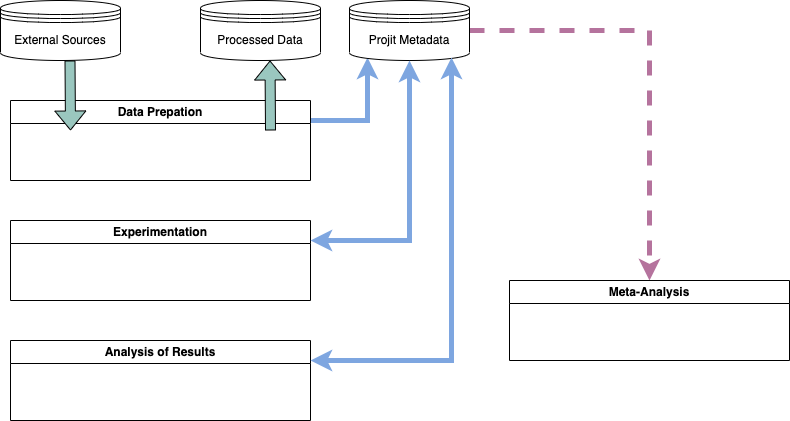
Before: docs/paper/Projit_decoupled_process.drawio.png, a diagram exported from draw.io (john-hawkins/projit). Source tidied: cells renumbered, new cells last; positions are measured from the earlier drawing's top-left corner, leaving out a move shared by most shapes. Source of this version:
```xml
<mxGraphModel>
  <root>
    <mxCell id="0" />
    <mxCell id="1" parent="0" />
    <mxCell id="2" value="External Sources" style="shape=datastore;whiteSpace=wrap;html=1;" parent="1" vertex="1">
      <mxGeometry width="120" height="60" as="geometry" />
    </mxCell>
    <mxCell id="3" style="edgeStyle=orthogonalEdgeStyle;rounded=0;jettySize=auto;html=1;entryX=0.15;entryY=0.95;entryDx=0;entryDy=0;entryPerimeter=0;strokeColor=#7EA6E0;strokeWidth=5;exitX=1;exitY=0.25;exitDx=0;exitDy=0;" parent="1" edge="1" source="4" target="8">
      <mxGeometry relative="1" as="geometry" />
    </mxCell>
    <mxCell id="4" value="Data Prepation" style="swimlane;whiteSpace=wrap;html=1;" parent="1" vertex="1">
      <mxGeometry x="10" y="100" width="300" height="80" as="geometry" />
    </mxCell>
    <mxCell id="5" style="shape=flexArrow;endArrow=classic;html=1;rounded=0;fillColor=#9AC7BF;fillStyle=solid;" parent="4" edge="1">
      <mxGeometry relative="1" as="geometry">
        <mxPoint x="59.5" y="-40" as="sourcePoint" />
        <mxPoint x="60" y="30" as="targetPoint" />
      </mxGeometry>
    </mxCell>
    <mxCell id="6" style="shape=flexArrow;endArrow=classic;html=1;rounded=0;fillColor=#9AC7BF;fillStyle=solid;" parent="4" edge="1">
      <mxGeometry relative="1" as="geometry">
        <mxPoint x="260" y="30" as="sourcePoint" />
        <mxPoint x="259.5" y="-40" as="targetPoint" />
      </mxGeometry>
    </mxCell>
    <mxCell id="7" style="edgeStyle=orthogonalEdgeStyle;rounded=0;jettySize=auto;html=1;exitX=1;exitY=0.5;exitDx=0;exitDy=0;entryX=0.5;entryY=0;entryDx=0;entryDy=0;strokeColor=#B5739D;strokeWidth=5;dashed=1;" parent="1" edge="1" source="8" target="14">
      <mxGeometry relative="1" as="geometry" />
    </mxCell>
    <mxCell id="8" value="Projit Metadata" style="shape=datastore;whiteSpace=wrap;html=1;" parent="1" vertex="1">
      <mxGeometry x="349" width="120" height="60" as="geometry" />
    </mxCell>
    <mxCell id="9" value="Processed Data" style="shape=datastore;whiteSpace=wrap;html=1;" parent="1" vertex="1">
      <mxGeometry x="200" width="120" height="60" as="geometry" />
    </mxCell>
    <mxCell id="10" value="Experimentation" style="swimlane;whiteSpace=wrap;html=1;" parent="1" vertex="1">
      <mxGeometry x="10" y="220" width="300" height="80" as="geometry" />
    </mxCell>
    <mxCell id="11" value="Analysis of Results" style="swimlane;whiteSpace=wrap;html=1;" parent="1" vertex="1">
      <mxGeometry x="10" y="340" width="300" height="80" as="geometry" />
    </mxCell>
    <mxCell id="12" style="edgeStyle=orthogonalEdgeStyle;rounded=0;jettySize=auto;html=1;entryX=0.5;entryY=1;entryDx=0;entryDy=0;strokeColor=#7EA6E0;strokeWidth=5;startArrow=classic;startFill=1;exitX=1;exitY=0.25;exitDx=0;exitDy=0;" parent="1" edge="1" source="10" target="8">
      <mxGeometry relative="1" as="geometry" />
    </mxCell>
    <mxCell id="13" style="edgeStyle=orthogonalEdgeStyle;rounded=0;jettySize=auto;html=1;entryX=0.85;entryY=0.95;entryDx=0;entryDy=0;strokeColor=#7EA6E0;strokeWidth=5;entryPerimeter=0;startArrow=classic;startFill=0;exitX=1;exitY=0.25;exitDx=0;exitDy=0;" parent="1" edge="1" source="11" target="8">
      <mxGeometry relative="1" as="geometry" />
    </mxCell>
    <mxCell id="14" value="Meta-Analysis" style="swimlane;whiteSpace=wrap;html=1;" parent="1" vertex="1">
      <mxGeometry x="509" y="280" width="280" height="80" as="geometry" />
    </mxCell>
  </root>
</mxGraphModel>
```
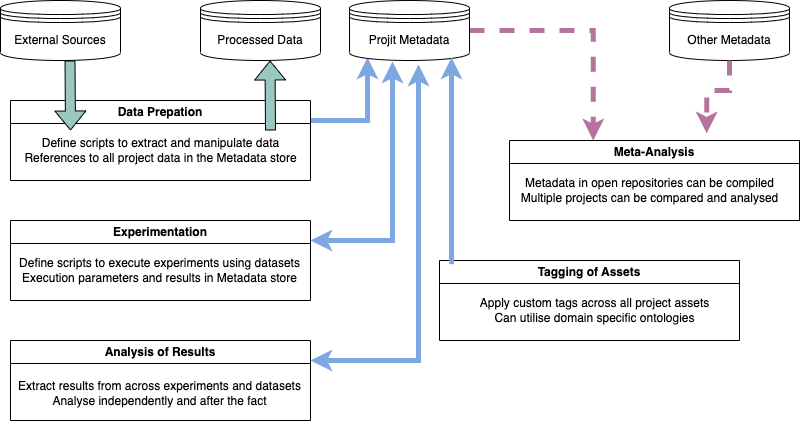
The same diagram one commit later.

What changed in the source:
```diff
@@ -6,7 +6,11 @@
       <mxGeometry width="120" height="60" as="geometry" />
     </mxCell>
     <mxCell id="3" style="edgeStyle=orthogonalEdgeStyle;rounded=0;jettySize=auto;html=1;entryX=0.15;entryY=0.95;entryDx=0;entryDy=0;entryPerimeter=0;strokeColor=#7EA6E0;strokeWidth=5;exitX=1;exitY=0.25;exitDx=0;exitDy=0;" parent="1" edge="1" source="4" target="8">
-      <mxGeometry relative="1" as="geometry" />
+      <mxGeometry relative="1" as="geometry">
+        <Array as="points">
+          <mxPoint x="367" y="120" />
+        </Array>
+      </mxGeometry>
     </mxCell>
     <mxCell id="4" value="Data Prepation" style="swimlane;whiteSpace=wrap;html=1;" parent="1" vertex="1">
       <mxGeometry x="10" y="100" width="300" height="80" as="geometry" />
@@ -23,7 +27,10 @@
         <mxPoint x="259.5" y="-40" as="targetPoint" />
       </mxGeometry>
     </mxCell>
+    <mxCell id="15" value="Define scripts to extract and manipulate data&lt;br&gt;References to all project data in the Metadata store" style="text;html=1;align=center;verticalAlign=middle;strokeColor=none;fillColor=none;" parent="4" vertex="1">
+      <mxGeometry y="30" width="300" height="40" as="geometry" />
+    </mxCell>
-    <mxCell id="7" style="edgeStyle=orthogonalEdgeStyle;rounded=0;jettySize=auto;html=1;exitX=1;exitY=0.5;exitDx=0;exitDy=0;entryX=0.5;entryY=0;entryDx=0;entryDy=0;strokeColor=#B5739D;strokeWidth=5;dashed=1;" parent="1" edge="1" source="8" target="14">
+    <mxCell id="7" style="edgeStyle=orthogonalEdgeStyle;rounded=0;jettySize=auto;html=1;exitX=1;exitY=0.5;exitDx=0;exitDy=0;entryX=0.289;entryY=0;entryDx=0;entryDy=0;strokeColor=#B5739D;strokeWidth=5;dashed=1;entryPerimeter=0;" parent="1" edge="1" source="8" target="14">
       <mxGeometry relative="1" as="geometry" />
     </mxCell>
     <mxCell id="8" value="Projit Metadata" style="shape=datastore;whiteSpace=wrap;html=1;" parent="1" vertex="1">
@@ -35,17 +42,50 @@
     <mxCell id="10" value="Experimentation" style="swimlane;whiteSpace=wrap;html=1;" parent="1" vertex="1">
       <mxGeometry x="10" y="220" width="300" height="80" as="geometry" />
     </mxCell>
+    <mxCell id="16" value="Define scripts to execute experiments using datasets&lt;br&gt;Execution parameters and results in Metadata store" style="text;html=1;align=center;verticalAlign=middle;strokeColor=none;fillColor=none;" parent="10" vertex="1">
+      <mxGeometry x="-1" y="30" width="300" height="40" as="geometry" />
+    </mxCell>
     <mxCell id="11" value="Analysis of Results" style="swimlane;whiteSpace=wrap;html=1;" parent="1" vertex="1">
       <mxGeometry x="10" y="340" width="300" height="80" as="geometry" />
     </mxCell>
-    <mxCell id="12" style="edgeStyle=orthogonalEdgeStyle;rounded=0;jettySize=auto;html=1;entryX=0.5;entryY=1;entryDx=0;entryDy=0;strokeColor=#7EA6E0;strokeWidth=5;startArrow=classic;startFill=1;exitX=1;exitY=0.25;exitDx=0;exitDy=0;" parent="1" edge="1" source="10" target="8">
+    <mxCell id="12" style="edgeStyle=orthogonalEdgeStyle;rounded=0;jettySize=auto;html=1;entryX=0.358;entryY=1.017;entryDx=0;entryDy=0;strokeColor=#7EA6E0;strokeWidth=5;startArrow=classic;startFill=1;exitX=1;exitY=0.25;exitDx=0;exitDy=0;entryPerimeter=0;" parent="1" edge="1" source="10" target="8">
       <mxGeometry relative="1" as="geometry" />
     </mxCell>
-    <mxCell id="13" style="edgeStyle=orthogonalEdgeStyle;rounded=0;jettySize=auto;html=1;entryX=0.85;entryY=0.95;entryDx=0;entryDy=0;strokeColor=#7EA6E0;strokeWidth=5;entryPerimeter=0;startArrow=classic;startFill=0;exitX=1;exitY=0.25;exitDx=0;exitDy=0;" parent="1" edge="1" source="11" target="8">
+    <mxCell id="13" style="edgeStyle=orthogonalEdgeStyle;rounded=0;jettySize=auto;html=1;entryX=0.575;entryY=1.067;entryDx=0;entryDy=0;strokeColor=#7EA6E0;strokeWidth=5;entryPerimeter=0;startArrow=classic;startFill=0;exitX=1;exitY=0.25;exitDx=0;exitDy=0;" parent="1" edge="1" source="11" target="8">
       <mxGeometry relative="1" as="geometry" />
     </mxCell>
     <mxCell id="14" value="Meta-Analysis" style="swimlane;whiteSpace=wrap;html=1;" parent="1" vertex="1">
-      <mxGeometry x="509" y="280" width="280" height="80" as="geometry" />
+      <mxGeometry x="509" y="140" width="290" height="80" as="geometry" />
     </mxCell>
+    <mxCell id="17" value="Metadata in open repositories can be compiled&lt;br&gt;Multiple projects can be compared and analysed" style="text;html=1;align=center;verticalAlign=middle;strokeColor=none;fillColor=none;" parent="14" vertex="1">
+      <mxGeometry y="30" width="280" height="40" as="geometry" />
+    </mxCell>
+    <mxCell id="18" value="Extract results from across experiments and datasets&lt;br&gt;Analyse independently and after the fact" style="text;html=1;align=center;verticalAlign=middle;strokeColor=none;fillColor=none;" parent="1" vertex="1">
+      <mxGeometry x="4" y="373" width="310" height="40" as="geometry" />
+    </mxCell>
+    <mxCell id="19" value="Tagging of Assets" style="swimlane;whiteSpace=wrap;html=1;" parent="1" vertex="1">
+      <mxGeometry x="439" y="260" width="300" height="80" as="geometry" />
+    </mxCell>
+    <mxCell id="20" value="Apply custom tags across all project assets&lt;br&gt;Can utilise domain specific ontologies" style="text;html=1;align=center;verticalAlign=middle;strokeColor=none;fillColor=none;" parent="19" vertex="1">
+      <mxGeometry x="30" y="30" width="250" height="40" as="geometry" />
+    </mxCell>
+    <mxCell id="21" style="edgeStyle=orthogonalEdgeStyle;rounded=0;jettySize=auto;html=1;strokeColor=#7EA6E0;strokeWidth=5;exitX=0.033;exitY=0.013;exitDx=0;exitDy=0;exitPerimeter=0;entryX=0.85;entryY=0.95;entryDx=0;entryDy=0;entryPerimeter=0;" parent="1" edge="1" source="19" target="8">
+      <mxGeometry relative="1" as="geometry">
+        <Array as="points">
+          <mxPoint x="451" y="261" />
+        </Array>
+      </mxGeometry>
+    </mxCell>
+    <mxCell id="22" value="Other Metadata" style="shape=datastore;whiteSpace=wrap;html=1;" parent="1" vertex="1">
+      <mxGeometry x="669" width="120" height="60" as="geometry" />
+    </mxCell>
+    <mxCell id="23" style="edgeStyle=orthogonalEdgeStyle;rounded=0;jettySize=auto;html=1;entryX=0.68;entryY=-0.088;entryDx=0;entryDy=0;strokeColor=#B5739D;strokeWidth=5;dashed=1;entryPerimeter=0;exitX=0.5;exitY=1;exitDx=0;exitDy=0;" parent="1" edge="1" source="22" target="14">
+      <mxGeometry relative="1" as="geometry">
+        <Array as="points">
+          <mxPoint x="729" y="90" />
+          <mxPoint x="706" y="90" />
+        </Array>
+      </mxGeometry>
+    </mxCell>
   </root>
 </mxGraphModel>
```
